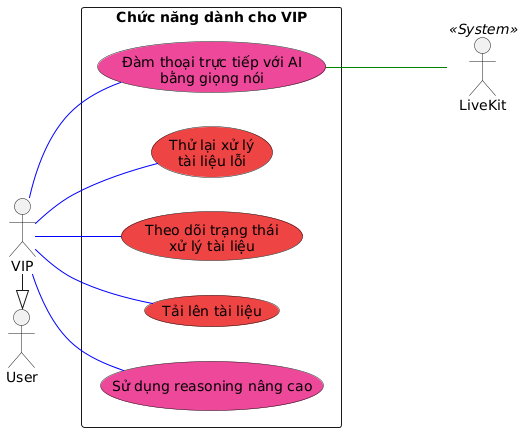
20206205Tech/docs-slide keeps this PlantUML diagram as latex/pictures/UML-UseCase-VIP.png. Above is the earlier version.
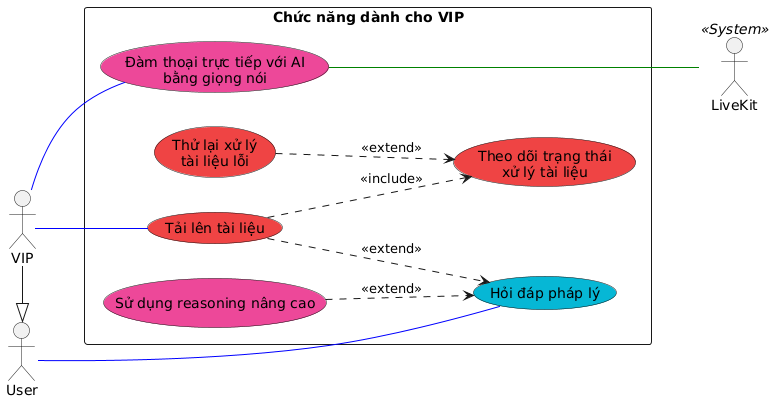
After the commit.

Diff of the diagram source:
```diff
@@ -10,18 +10,23 @@
 VIP -|> User
 
 rectangle "Chức năng dành cho VIP" {
+  usecase "Hỏi đáp pháp lý" as UC_Chat #06b6d4
   usecase "Sử dụng reasoning nâng cao" as UC_AdvancedReasoning #ec4899
   usecase "Tải lên tài liệu" as UC_UploadDocument #ef4444
   usecase "Theo dõi trạng thái\nxử lý tài liệu" as UC_DocumentStatus #ef4444
   usecase "Thử lại xử lý\ntài liệu lỗi" as UC_RetryDocument #ef4444
   usecase "Đàm thoại trực tiếp với AI\nbằng giọng nói" as UC_VoiceChat #ec4899
+
+  UC_AdvancedReasoning ..> UC_Chat : <<extend>>
+  UC_UploadDocument ..> UC_Chat : <<extend>>
+
+  UC_UploadDocument ..> UC_DocumentStatus : <<include>>
+  UC_RetryDocument ..> UC_DocumentStatus : <<extend>>
 }
 
-VIP -- UC_AdvancedReasoning #blue
+User -- UC_Chat #blue
 VIP -- UC_VoiceChat #blue
 VIP -- UC_UploadDocument #blue
-VIP -- UC_DocumentStatus #blue
-VIP -- UC_RetryDocument #blue
 
 UC_VoiceChat --- LiveKit #green
 @enduml
```
